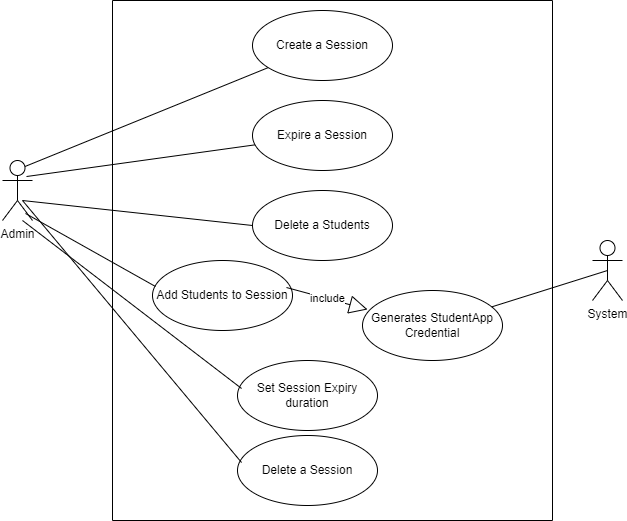
Before: UseCaseDiagrams/SessionStudentManagement.png, a diagram exported from draw.io (Abubakar-doc/FYP-24-SE-A-204). Source tidied: cells renumbered, new cells last; positions are measured from the earlier drawing's top-left corner, leaving out a move shared by most shapes.
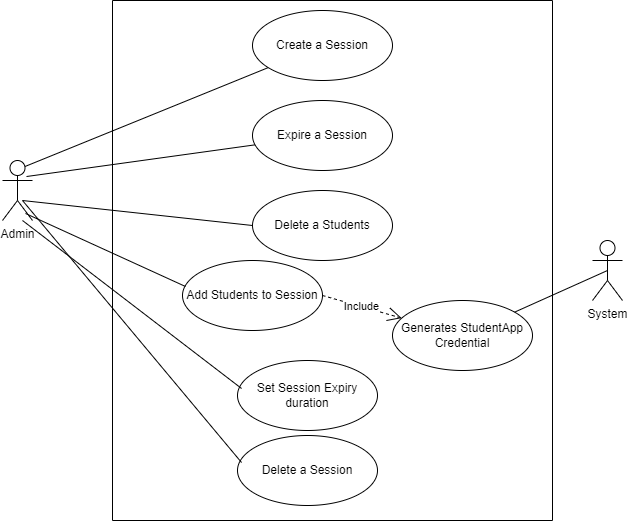
The same file after the commit.

What changed in the source:
```diff
@@ -21,12 +21,12 @@
       <mxGeometry x="125" y="435" width="140" height="70" as="geometry" />
     </mxCell>
     <mxCell id="8" value="Generates StudentApp Credential" style="ellipse;whiteSpace=wrap;html=1;" parent="2" vertex="1">
-      <mxGeometry x="250" y="290" width="140" height="70" as="geometry" />
+      <mxGeometry x="280" y="300" width="140" height="70" as="geometry" />
     </mxCell>
     <mxCell id="9" value="Add Students to Session" style="ellipse;whiteSpace=wrap;html=1;" parent="2" vertex="1">
-      <mxGeometry x="40" y="260" width="140" height="70" as="geometry" />
+      <mxGeometry x="70" y="260" width="140" height="70" as="geometry" />
     </mxCell>
-    <mxCell id="10" value="include" style="endArrow=block;endSize=16;endFill=0;html=1;rounded=0;exitX=0.957;exitY=0.386;exitDx=0;exitDy=0;exitPerimeter=0;entryX=0.036;entryY=0.271;entryDx=0;entryDy=0;entryPerimeter=0;" parent="2" edge="1" source="9" target="8">
+    <mxCell id="10" value="Include" style="endArrow=open;endSize=12;dashed=1;html=1;rounded=0;exitX=1;exitY=0.5;exitDx=0;exitDy=0;" parent="2" edge="1" source="9" target="8">
       <mxGeometry relative="1" as="geometry" />
     </mxCell>
     <mxCell id="11" value="Admin" style="shape=umlActor;verticalLabelPosition=bottom;verticalAlign=top;html=1;" parent="1" vertex="1">
```
